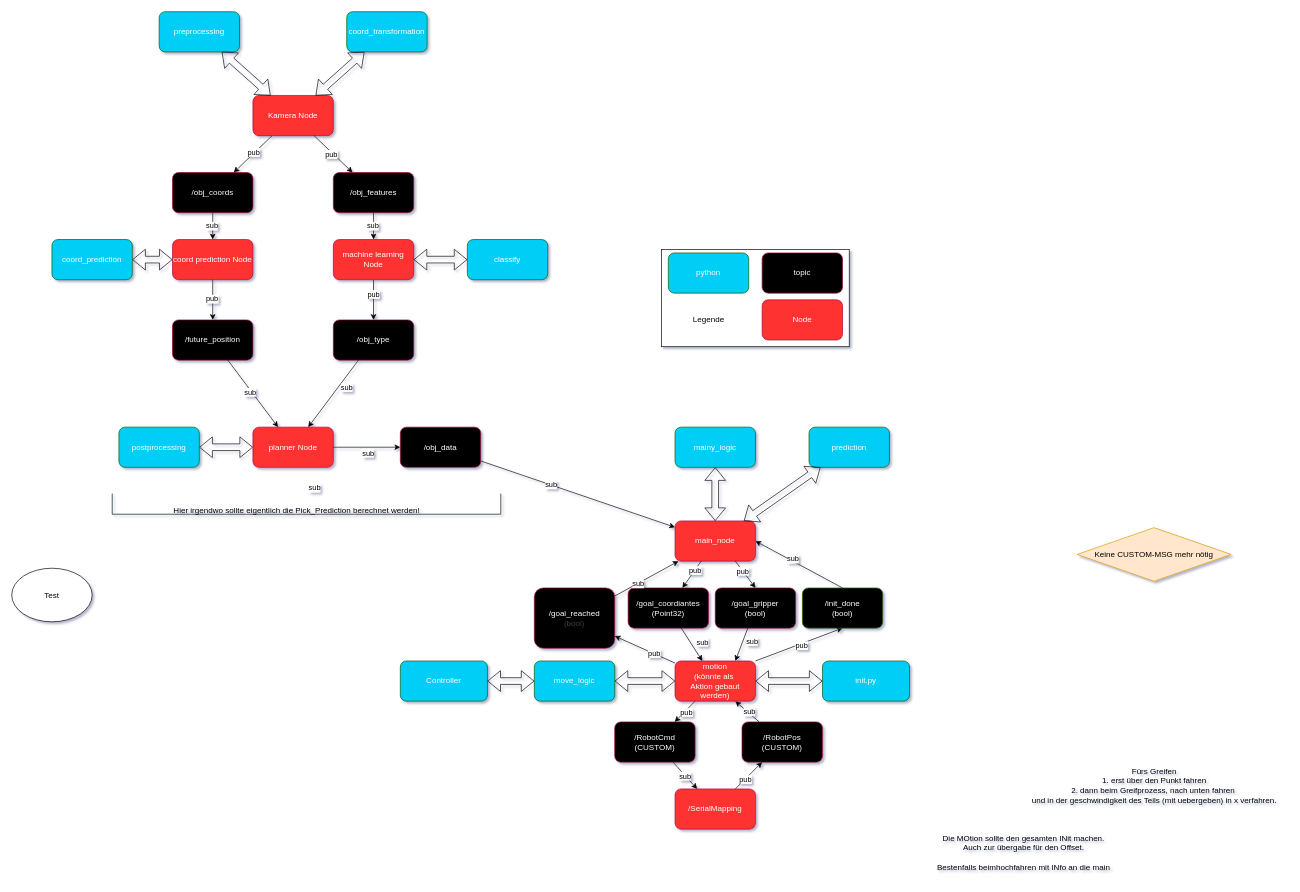
Earlier version of the draw.io diagram misc/architecture/SW_architecture_v3_pending.drawio (ibinsandig/Portal-zur-Exmatrikulation). Source tidied: cells renumbered, new cells numbered last; positions are measured from the earlier drawing's top-left corner, leaving out a move shared by most shapes. Both pictures are drawn from the tidied source at 67%, with x=0, y=0 at pixel (11, 11).
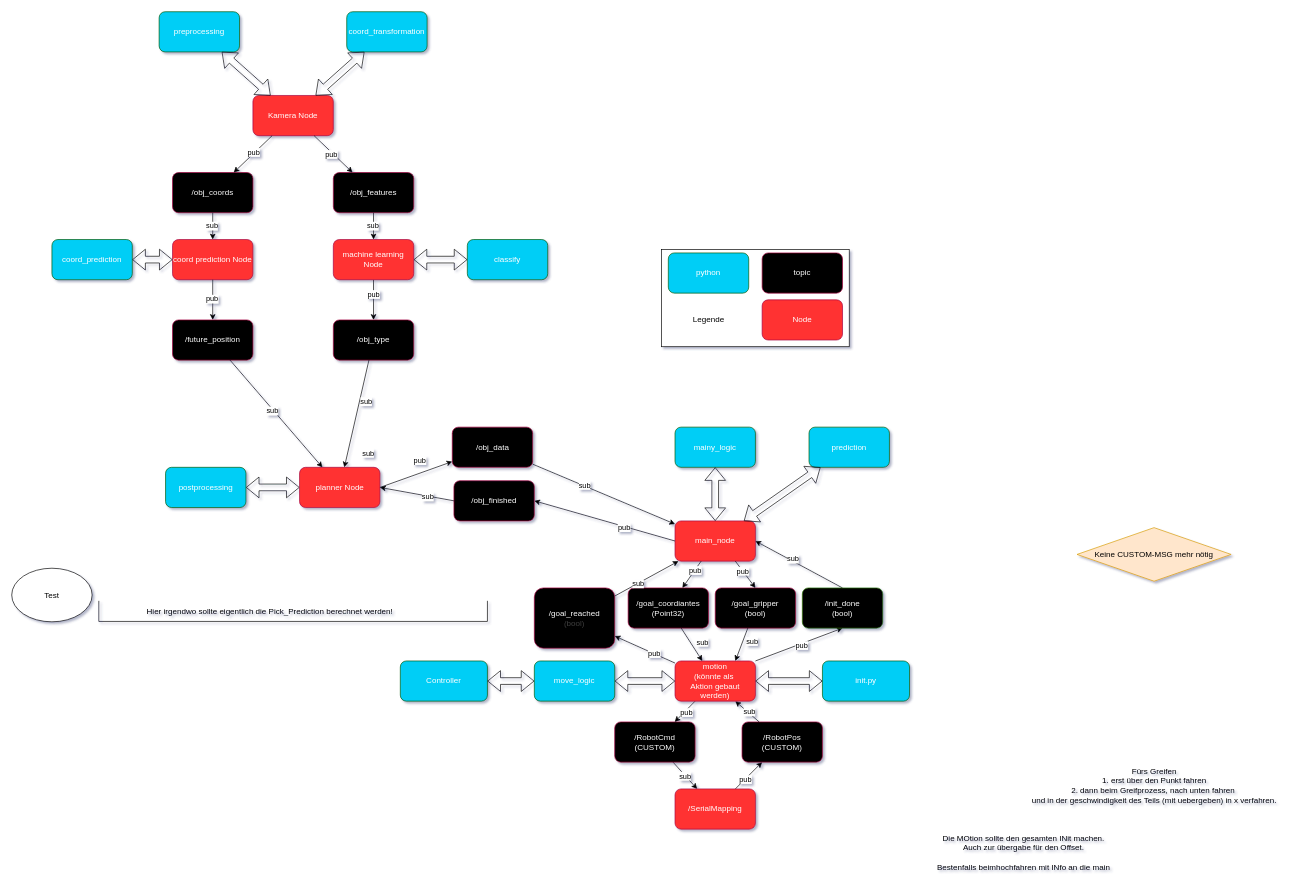
Above is the later version.

The change refers to these unchanged cells:
```xml
<mxCell id="2" value="main_node" style="rounded=1;whiteSpace=wrap;html=1;fillColor=#FF3333;fontColor=#ffffff;strokeColor=#A50040;" parent="1" vertex="1">
  <mxGeometry x="990" y="760" width="120" height="60" as="geometry" />
</mxCell>
```

What changed in the source:
```diff
@@
-    <mxCell id="28" style="edgeStyle=none;html=1;" parent="1" edge="1" source="88" target="2">
+    <mxCell id="28" style="edgeStyle=none;html=1;fontStyle=1;" parent="1" edge="1" source="88" target="2">
       <mxGeometry relative="1" as="geometry" />
     </mxCell>
@@
     <mxCell id="82" value="planner Node" style="rounded=1;whiteSpace=wrap;html=1;fillColor=#FF3333;fontColor=#ffffff;strokeColor=#A50040;" parent="1" vertex="1">
-      <mxGeometry x="360" y="620" width="120" height="60" as="geometry" />
+      <mxGeometry x="429.6" y="680" width="120" height="60" as="geometry" />
     </mxCell>
@@
     <mxCell id="87" value="postprocessing" style="rounded=1;whiteSpace=wrap;html=1;fillColor=light-dark(#04cef6, #43ba43);fontColor=#ffffff;strokeColor=#005700;" parent="1" vertex="1">
-      <mxGeometry x="160" y="620" width="120" height="60" as="geometry" />
+      <mxGeometry x="229.6" y="680" width="120" height="60" as="geometry" />
     </mxCell>
     <mxCell id="88" value="/obj_data" style="rounded=1;whiteSpace=wrap;html=1;fillColor=#000000;fontColor=#ffffff;strokeColor=#A50040;" parent="1" vertex="1">
-      <mxGeometry x="580" y="620" width="120" height="60" as="geometry" />
+      <mxGeometry x="657.5" y="620" width="120" height="60" as="geometry" />
     </mxCell>
     <mxCell id="89" style="endArrow=classic;html=1;" parent="1" edge="1" source="82" target="88">
       <mxGeometry relative="1" as="geometry">
         <Array as="points">
-          <mxPoint x="480" y="650" />
+          <mxPoint x="549.5" y="710" />
         </Array>
       </mxGeometry>
     </mxCell>
-    <mxCell id="90" value="sub" style="edgeLabel;html=1;align=center;verticalAlign=middle;" parent="89" vertex="1">
+    <mxCell id="90" value="pub" style="edgeLabel;html=1;align=center;verticalAlign=middle;" parent="89" vertex="1">
       <mxGeometry x="-0.07" y="-2" relative="1" as="geometry">
-        <mxPoint x="-76" y="58" as="offset" />
+        <mxPoint x="9" y="-25" as="offset" />
       </mxGeometry>
     </mxCell>
@@
     <mxCell id="94" value="Hier irgendwo sollte eigentlich die Pick_Prediction berechnet werden!" style="text;html=1;align=center;verticalAlign=middle;strokeColor=none;fillColor=none;" parent="1" vertex="1">
-      <mxGeometry x="230" y="730" width="390" height="30" as="geometry" />
+      <mxGeometry x="190" y="880" width="390" height="30" as="geometry" />
     </mxCell>
     <mxCell id="95" style="shape=partialRectangle;whiteSpace=wrap;html=1;bottom=1;right=1;left=1;top=0;fillColor=none;routingCenterX=-0.5;" parent="1" vertex="1">
-      <mxGeometry x="150" y="720" width="580" height="30" as="geometry" />
+      <mxGeometry x="130" y="880" width="580" height="30" as="geometry" />
     </mxCell>
+    <mxCell id="96" value="/obj_finished" style="rounded=1;whiteSpace=wrap;html=1;fillColor=#000000;fontColor=#ffffff;strokeColor=#A50040;" parent="1" vertex="1">
+      <mxGeometry x="660" y="700" width="120" height="60" as="geometry" />
+    </mxCell>
+    <mxCell id="97" style="edgeStyle=none;html=1;fontStyle=1;exitX=0;exitY=0.5;exitDx=0;exitDy=0;entryX=1;entryY=0.5;entryDx=0;entryDy=0;" parent="1" edge="1" source="2" target="96">
+      <mxGeometry relative="1" as="geometry" />
+    </mxCell>
+    <mxCell id="98" value="pub" style="edgeLabel;html=1;align=center;verticalAlign=middle;" parent="97" vertex="1">
+      <mxGeometry x="-0.28" y="1" relative="1" as="geometry" />
+    </mxCell>
+    <mxCell id="99" style="edgeStyle=none;html=1;fontStyle=1;exitX=0;exitY=0.5;exitDx=0;exitDy=0;entryX=1;entryY=0.5;entryDx=0;entryDy=0;" parent="1" edge="1" source="96" target="82">
+      <mxGeometry relative="1" as="geometry" />
+    </mxCell>
+    <mxCell id="100" value="sub" style="edgeLabel;html=1;align=center;verticalAlign=middle;" parent="99" vertex="1">
+      <mxGeometry x="-0.28" y="1" relative="1" as="geometry" />
+    </mxCell>
```
